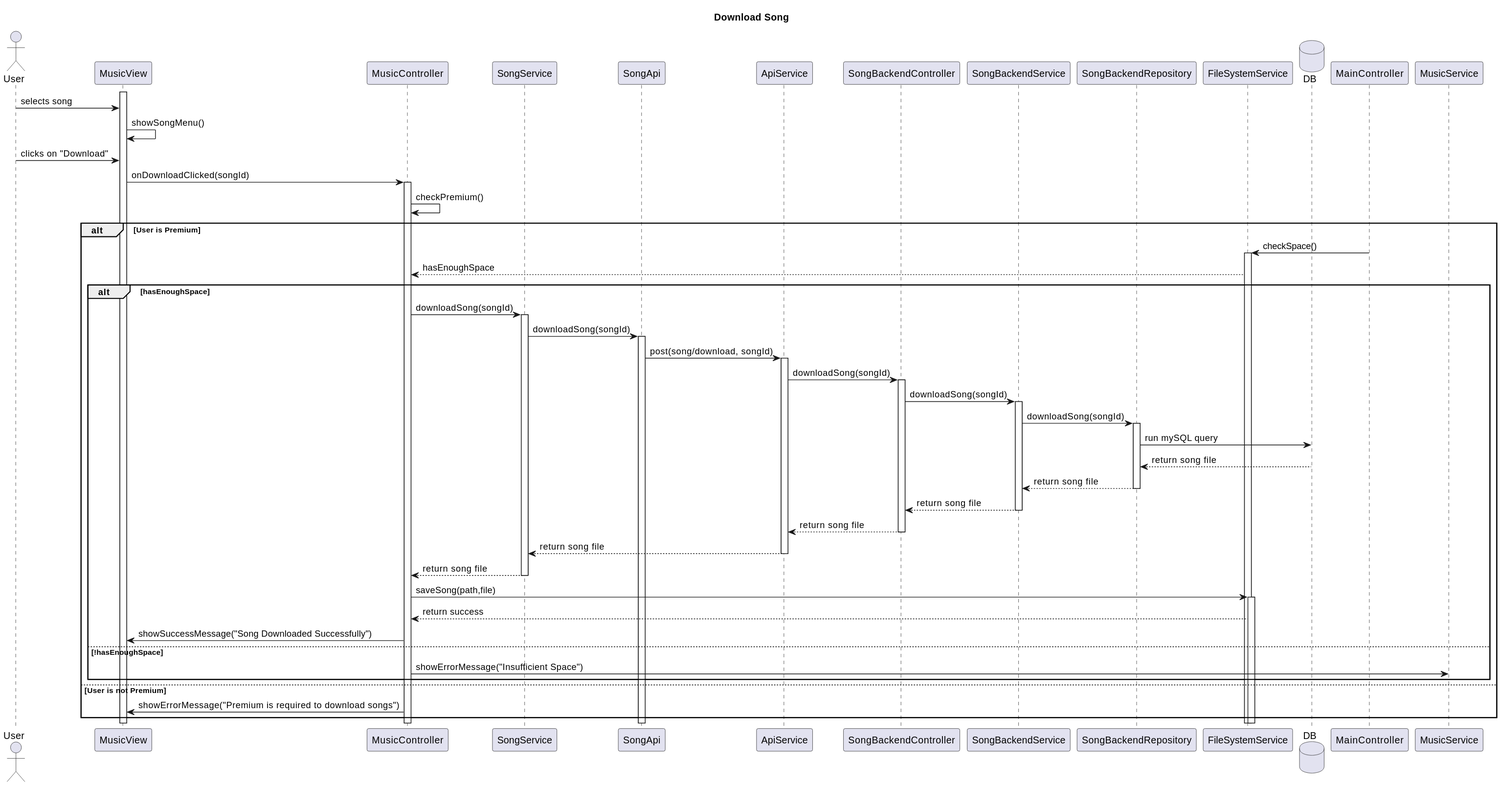
Above: Paradoteo_4/SequenceDiagrams-v0.3/DownloadSong.svg in RubenKingCP/Tunix (PlantUML), before the change. The source it was exported from:
```plantuml
@startuml
title Download Song

actor User

participant MusicView
participant MusicController
participant SongService
participant SongApi
participant ApiService
participant SongBackendController
participant SongBackendService
participant SongBackendRepository
participant FileSystemService

database DB

activate MusicView
User -> MusicView : selects song
MusicView -> MusicView : showSongMenu()
User -> MusicView : clicks on "Download"
MusicView -> MusicController : onDownloadClicked(songId)
activate MusicController
MusicController -> MusicController : checkPremium()
alt User is Premium
    MainController -> FileSystemService : checkSpace()
    activate FileSystemService
    FileSystemService --> MusicController : hasEnoughSpace
    alt hasEnoughSpace
    MusicController -> SongService : downloadSong(songId)
    activate SongService
    SongService -> SongApi : downloadSong(songId)
    activate SongApi
    SongApi -> ApiService : post(song/download, songId)
    activate ApiService
    ApiService -> SongBackendController : downloadSong(songId)
    activate SongBackendController
    SongBackendController -> SongBackendService : downloadSong(songId)
    activate SongBackendService
    SongBackendService -> SongBackendRepository : downloadSong(songId)
    activate SongBackendRepository
    SongBackendRepository -> DB : run mySQL query
    DB --> SongBackendRepository : return song file
    SongBackendRepository --> SongBackendService : return song file
    deactivate SongBackendRepository
    SongBackendService --> SongBackendController : return song file
    deactivate SongBackendService
    SongBackendController --> ApiService : return song file
    deactivate SongBackendController
    ApiService --> SongService : return song file
    deactivate ApiService
    SongService --> MusicController : return song file
    deactivate SongService
    MusicController -> FileSystemService : saveSong(path,file)
    activate FileSystemService
    FileSystemService --> MusicController : return success
    MusicController -> MusicView : showSuccessMessage("Song Downloaded Successfully")
    else !hasEnoughSpace
    MusicController -> MusicService : showErrorMessage("Insufficient Space")
    end
else User is not Premium
    MusicController -> MusicView : showErrorMessage("Premium is required to download songs")
end
@enduml
```
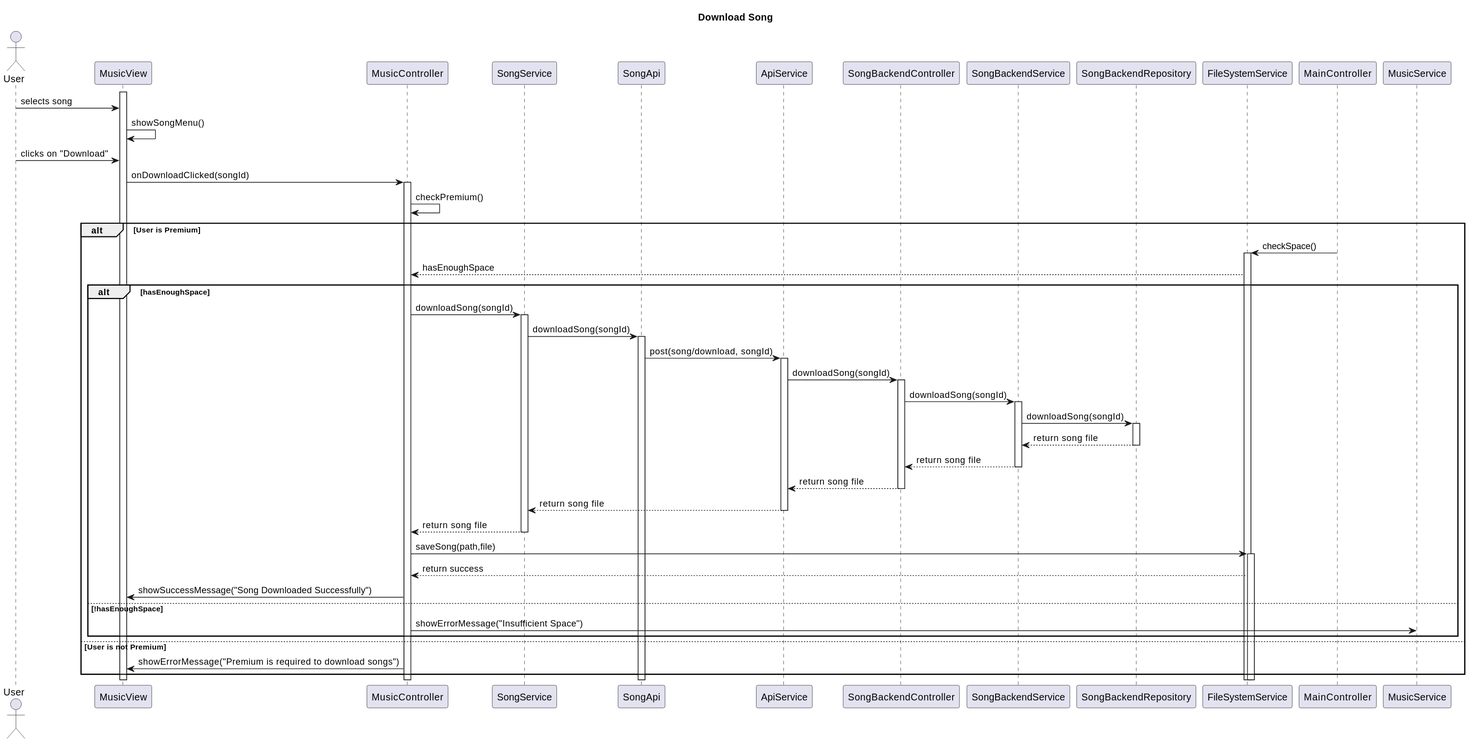
Above is the later version.

Diff of the diagram source:
```diff
@@ -13,7 +13,6 @@
 participant SongBackendRepository
 participant FileSystemService
 
-database DB
 
 activate MusicView
 User -> MusicView : selects song
@@ -39,8 +38,6 @@
     activate SongBackendService
     SongBackendService -> SongBackendRepository : downloadSong(songId)
     activate SongBackendRepository
-    SongBackendRepository -> DB : run mySQL query
-    DB --> SongBackendRepository : return song file
     SongBackendRepository --> SongBackendService : return song file
     deactivate SongBackendRepository
     SongBackendService --> SongBackendController : return song file
```
